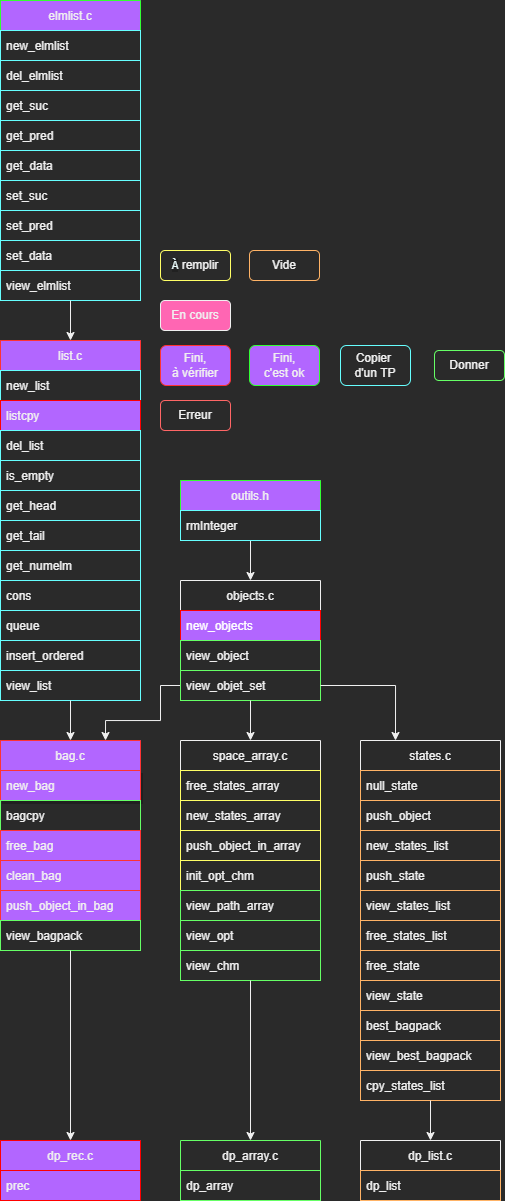
Above: image/Plan_avancement_des_fonction.drawio.png in Brice5423/L2_Projet_ProgAv-S3 (draw.io), before the change. Source tidied: cells renumbered, new cells last; positions are measured from the earlier drawing's top-left corner, leaving out a move shared by most shapes.
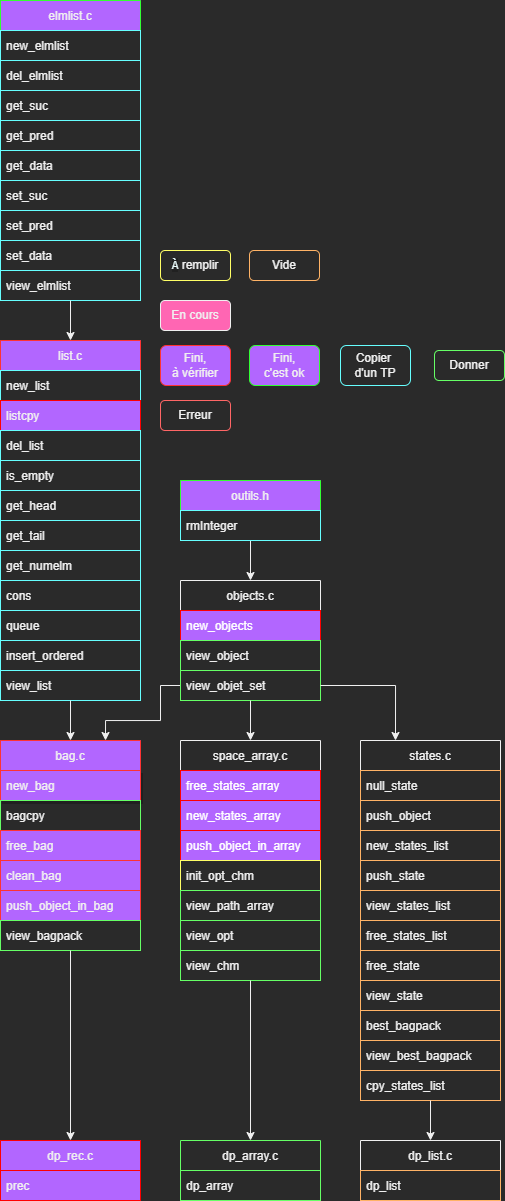
After the change.

Diff of the diagram source:
```diff
@@ -161,13 +161,13 @@
     <mxCell id="52" value="space_array.c" style="swimlane;fontStyle=0;horizontal=1;startSize=30;strokeColor=#F0F0F0;fillColor=#2A2A2A;" parent="1" vertex="1">
       <mxGeometry x="180" y="740" width="140" height="240" as="geometry" />
     </mxCell>
-    <mxCell id="53" value="free_states_array" style="text;strokeColor=#FFFF66;fillColor=none;align=left;verticalAlign=middle;spacingLeft=4;spacingRight=4;overflow=hidden;" parent="52" vertex="1">
+    <mxCell id="53" value="free_states_array" style="text;strokeColor=#FF0000;fillColor=#B266FF;align=left;verticalAlign=middle;spacingLeft=4;spacingRight=4;overflow=hidden;fontColor=#ffffff;" parent="52" vertex="1">
       <mxGeometry y="30" width="140" height="30" as="geometry" />
     </mxCell>
-    <mxCell id="54" value="new_states_array" style="text;strokeColor=#FFFF66;fillColor=none;align=left;verticalAlign=middle;spacingLeft=4;spacingRight=4;overflow=hidden;" parent="52" vertex="1">
+    <mxCell id="54" value="new_states_array" style="text;strokeColor=#FF0000;fillColor=#B266FF;align=left;verticalAlign=middle;spacingLeft=4;spacingRight=4;overflow=hidden;fontColor=#ffffff;" parent="52" vertex="1">
       <mxGeometry y="60" width="140" height="30" as="geometry" />
     </mxCell>
-    <mxCell id="55" value="push_object_in_array" style="text;strokeColor=#FFFF66;fillColor=none;align=left;verticalAlign=middle;spacingLeft=4;spacingRight=4;overflow=hidden;" parent="52" vertex="1">
+    <mxCell id="55" value="push_object_in_array" style="text;strokeColor=#FF0000;fillColor=#B266FF;align=left;verticalAlign=middle;spacingLeft=4;spacingRight=4;overflow=hidden;fontColor=#ffffff;" parent="52" vertex="1">
       <mxGeometry y="90" width="140" height="30" as="geometry" />
     </mxCell>
     <mxCell id="56" value="init_opt_chm" style="text;strokeColor=#FFFF66;fillColor=none;align=left;verticalAlign=middle;spacingLeft=4;spacingRight=4;overflow=hidden;" parent="52" vertex="1">
```
